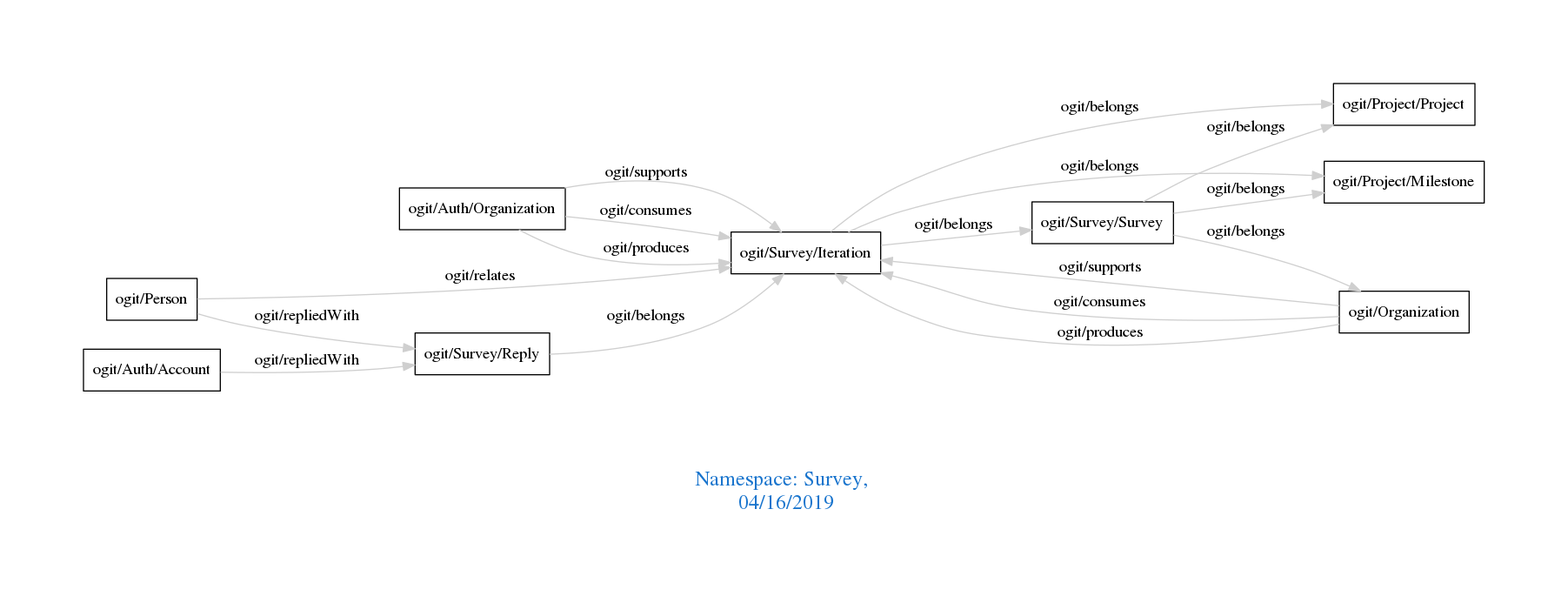
The Graphviz diagram downloads/Survey.png in arago/OGIT, before a commit. Its source is kept beside it as downloads/Survey.dot.
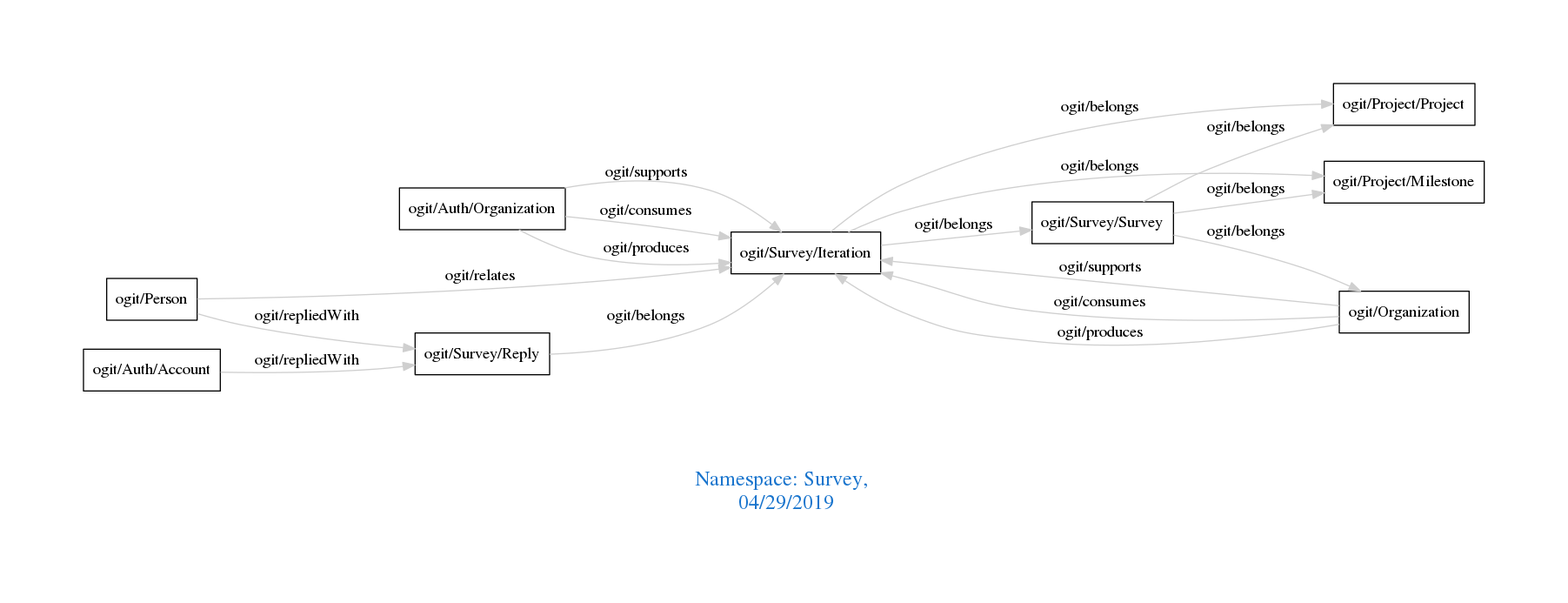
Later version of the same file.

The edit, as a diff of the source:
```diff
@@ -1,7 +1,7 @@
 digraph OGIT_ontology {
  graph [ rankdir= LR,pad=1
 fontsize = 18,
-fontcolor= dodgerblue3,label = "\n\n\nNamespace: Survey, \n 04/16/2019"];
+fontcolor= dodgerblue3,label = "\n\n\nNamespace: Survey, \n 04/29/2019"];
 node[shape=polygon];
 edge [  color="gray81"];
 
```
